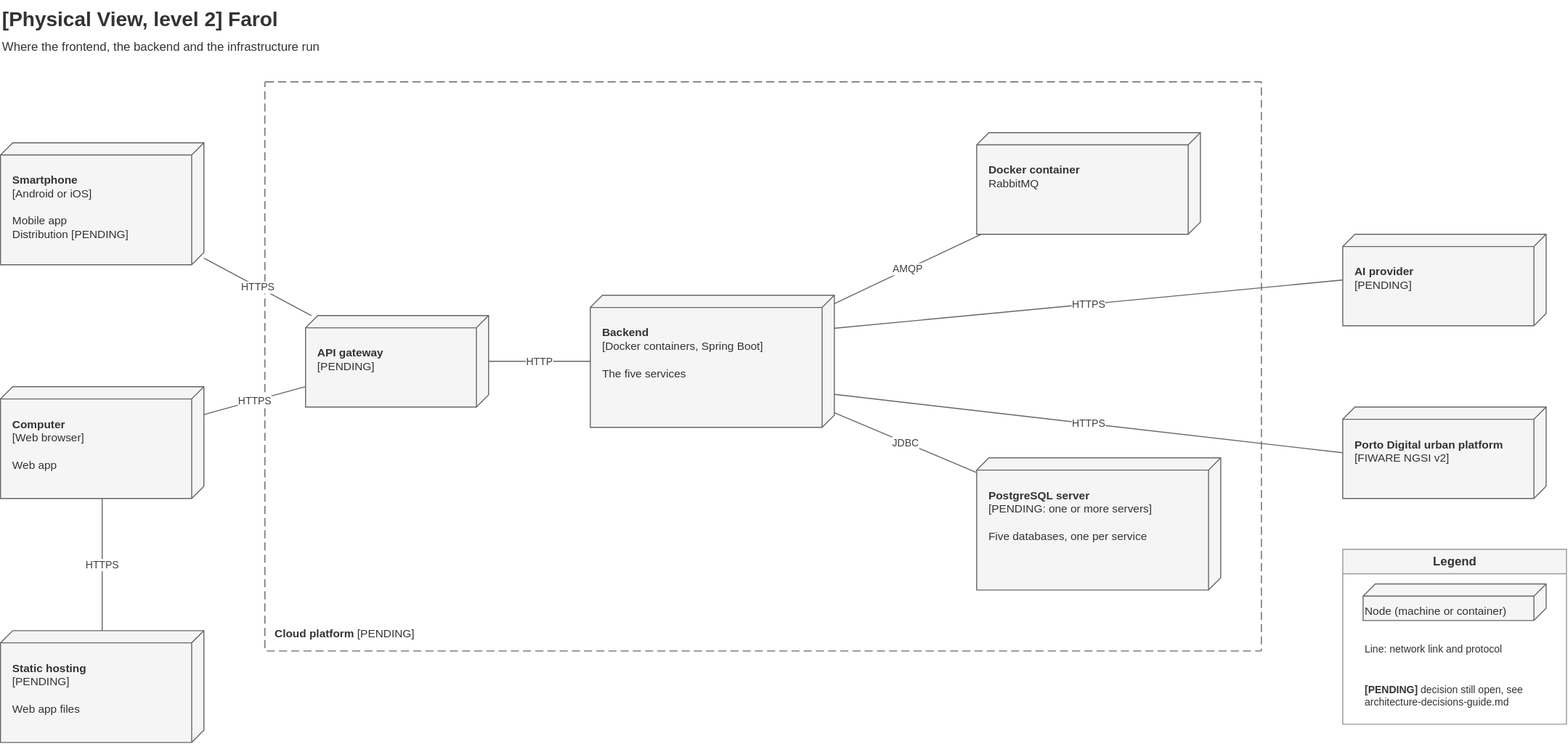
The draw.io diagram Docs/Technical/diagrams/physical-view-level-2.drawio.svg in tomasoliveira21/LABDSOF, before a commit. Source tidied: cells renumbered, new cells last; positions are measured from the earlier drawing's top-left corner, leaving out a move shared by most shapes.
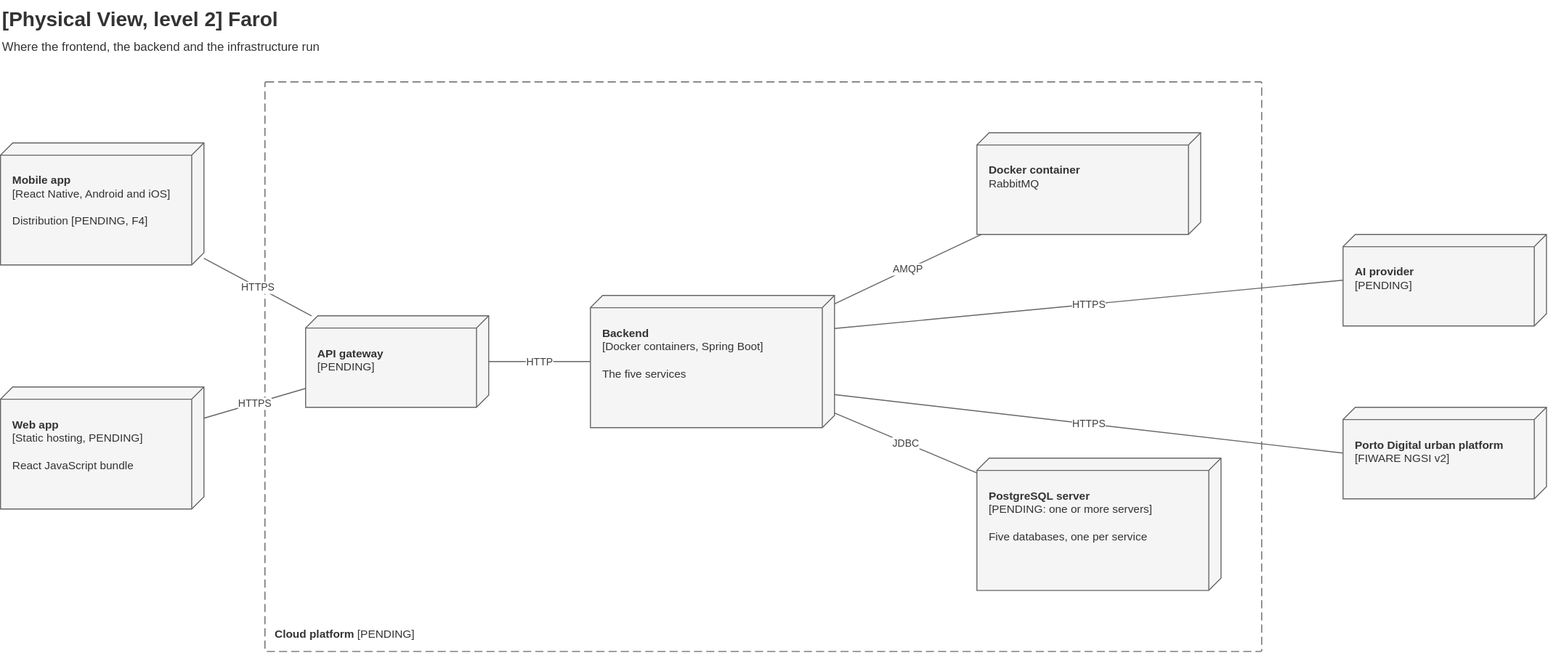
Later version of the same file.

What changed in the source:
```diff
@@ -5,15 +5,12 @@
     <mxCell id="2" value="&lt;b&gt;[Physical View, level 2] Farol&lt;/b&gt;&lt;br&gt;&lt;font style=&quot;font-size:12px&quot;&gt;Where the frontend, the backend and the infrastructure run&lt;/font&gt;" style="text;html=1;align=left;verticalAlign=top;fontSize=20;fontColor=#333333;" parent="1" vertex="1">
       <mxGeometry width="1000" height="60" as="geometry" />
     </mxCell>
-    <mxCell id="3" value="&lt;b&gt;Smartphone&lt;/b&gt;&lt;br&gt;[Android or iOS]&lt;br&gt;&lt;br&gt;Mobile app&lt;br&gt;Distribution [PENDING]" style="shape=cube;size=12;flipH=1;whiteSpace=wrap;html=1;fillColor=#f5f5f5;strokeColor=#666666;fontColor=#333333;verticalAlign=top;align=left;spacing=12;spacingTop=14;fontSize=11;" parent="1" vertex="1">
+    <mxCell id="3" value="&lt;b&gt;Mobile app&lt;/b&gt;&lt;br&gt;[React Native, Android and iOS]&lt;br&gt;&lt;br&gt;Distribution [PENDING, F4]" style="shape=cube;size=12;flipH=1;whiteSpace=wrap;html=1;fillColor=#f5f5f5;strokeColor=#666666;fontColor=#333333;verticalAlign=top;align=left;spacing=12;spacingTop=14;fontSize=11;" parent="1" vertex="1">
       <mxGeometry y="140" width="200" height="120" as="geometry" />
     </mxCell>
-    <mxCell id="4" value="&lt;b&gt;Computer&lt;/b&gt;&lt;br&gt;[Web browser]&lt;br&gt;&lt;br&gt;Web app" style="shape=cube;size=12;flipH=1;whiteSpace=wrap;html=1;fillColor=#f5f5f5;strokeColor=#666666;fontColor=#333333;verticalAlign=top;align=left;spacing=12;spacingTop=14;fontSize=11;" parent="1" vertex="1">
-      <mxGeometry y="380" width="200" height="110" as="geometry" />
+    <mxCell id="4" value="&lt;b&gt;Web app&lt;/b&gt;&lt;br&gt;[Static hosting, PENDING]&lt;br&gt;&lt;br&gt;React JavaScript bundle" style="shape=cube;size=12;flipH=1;whiteSpace=wrap;html=1;fillColor=#f5f5f5;strokeColor=#666666;fontColor=#333333;verticalAlign=top;align=left;spacing=12;spacingTop=14;fontSize=11;" parent="1" vertex="1">
+      <mxGeometry y="380" width="200" height="120" as="geometry" />
     </mxCell>
-    <mxCell id="5" value="&lt;b&gt;Static hosting&lt;/b&gt;&lt;br&gt;[PENDING]&lt;br&gt;&lt;br&gt;Web app files" style="shape=cube;size=12;flipH=1;whiteSpace=wrap;html=1;fillColor=#f5f5f5;strokeColor=#666666;fontColor=#333333;verticalAlign=top;align=left;spacing=12;spacingTop=14;fontSize=11;" parent="1" vertex="1">
-      <mxGeometry y="620" width="200" height="110" as="geometry" />
-    </mxCell>
     <mxCell id="6" value="&lt;b&gt;Cloud platform&lt;/b&gt; [PENDING]" style="rounded=1;arcSize=2;absoluteArcSize=1;whiteSpace=wrap;html=1;dashed=1;dashPattern=8 4;fillColor=none;strokeColor=#666666;fontColor=#333333;align=left;verticalAlign=bottom;spacing=10;fontSize=11;" parent="1" vertex="1">
       <mxGeometry x="260" y="80" width="980" height="560" as="geometry" />
     </mxCell>
@@ -41,9 +38,6 @@
     <mxCell id="14" value="HTTPS" style="endArrow=none;html=1;fontSize=10;fontColor=#404040;strokeColor=#666666;rounded=0;labelBackgroundColor=#ffffff;" parent="1" edge="1" source="4" target="7">
       <mxGeometry relative="1" as="geometry" />
     </mxCell>
-    <mxCell id="15" value="HTTPS" style="endArrow=none;html=1;fontSize=10;fontColor=#404040;strokeColor=#666666;rounded=0;labelBackgroundColor=#ffffff;" parent="1" edge="1" source="4" target="5">
-      <mxGeometry relative="1" as="geometry" />
-    </mxCell>
     <mxCell id="16" value="HTTP" style="endArrow=none;html=1;fontSize=10;fontColor=#404040;strokeColor=#666666;rounded=0;labelBackgroundColor=#ffffff;" parent="1" edge="1" source="7" target="8">
       <mxGeometry relative="1" as="geometry" />
     </mxCell>
@@ -59,17 +53,5 @@
     <mxCell id="20" value="HTTPS" style="endArrow=none;html=1;fontSize=10;fontColor=#404040;strokeColor=#666666;rounded=0;labelBackgroundColor=#ffffff;exitX=1;exitY=0.75;exitDx=0;exitDy=0;entryX=0;entryY=0.5;entryDx=0;entryDy=0;" parent="1" edge="1" source="8" target="12">
       <mxGeometry relative="1" as="geometry" />
     </mxCell>
-    <mxCell id="21" value="&lt;b&gt;Legend&lt;/b&gt;" style="swimlane;startSize=24;html=1;fontSize=12;fillColor=#f5f5f5;strokeColor=#999999;fontColor=#333333;" parent="1" vertex="1">
-      <mxGeometry x="1320" y="540" width="220" height="172" as="geometry" />
-    </mxCell>
-    <mxCell id="22" value="Node (machine or container)" style="shape=cube;size=12;flipH=1;whiteSpace=wrap;html=1;fillColor=#f5f5f5;strokeColor=#666666;fontColor=#333333;verticalAlign=top;align=left;spacing=12;spacingTop=14;fontSize=11;verticalAlign=middle;spacingTop=0;spacing=2;verticalAlign=bottom;spacingBottom=0;" parent="21" vertex="1">
-      <mxGeometry x="20" y="34" width="180" height="36" as="geometry" />
-    </mxCell>
-    <mxCell id="23" value="Line: network link and protocol" style="text;html=1;whiteSpace=wrap;align=left;verticalAlign=top;fontColor=#333333;fontSize=10;verticalAlign=middle;spacingTop=0;spacing=2;" parent="21" vertex="1">
-      <mxGeometry x="20" y="80" width="180" height="36" as="geometry" />
-    </mxCell>
-    <mxCell id="24" value="&lt;b&gt;[PENDING]&lt;/b&gt; decision still open, see architecture-decisions-guide.md" style="text;html=1;whiteSpace=wrap;align=left;verticalAlign=top;fontColor=#333333;fontSize=10;verticalAlign=middle;spacingTop=0;spacing=2;" parent="21" vertex="1">
-      <mxGeometry x="20" y="126" width="180" height="36" as="geometry" />
-    </mxCell>
   </root>
 </mxGraphModel>
```
